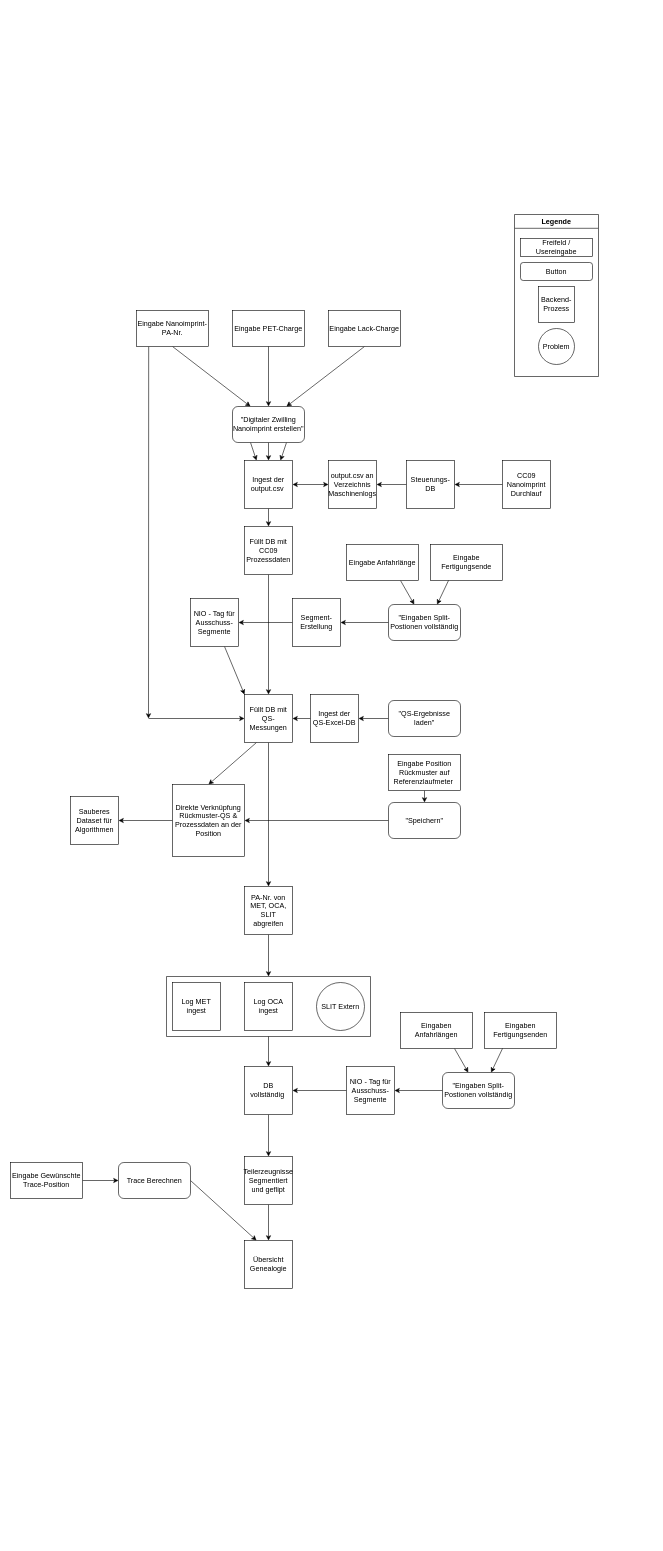
Earlier version of the draw.io diagram Flow-Chart/Flow-Chart-Complete.drawio (gmpoly/FlowchartKomplett). Source tidied: cells renumbered, new cells numbered last; positions are measured from the earlier drawing's top-left corner, leaving out a move shared by most shapes. Both pictures are drawn from the tidied source at 60%, with x=0, y=0 at pixel (10, 214).
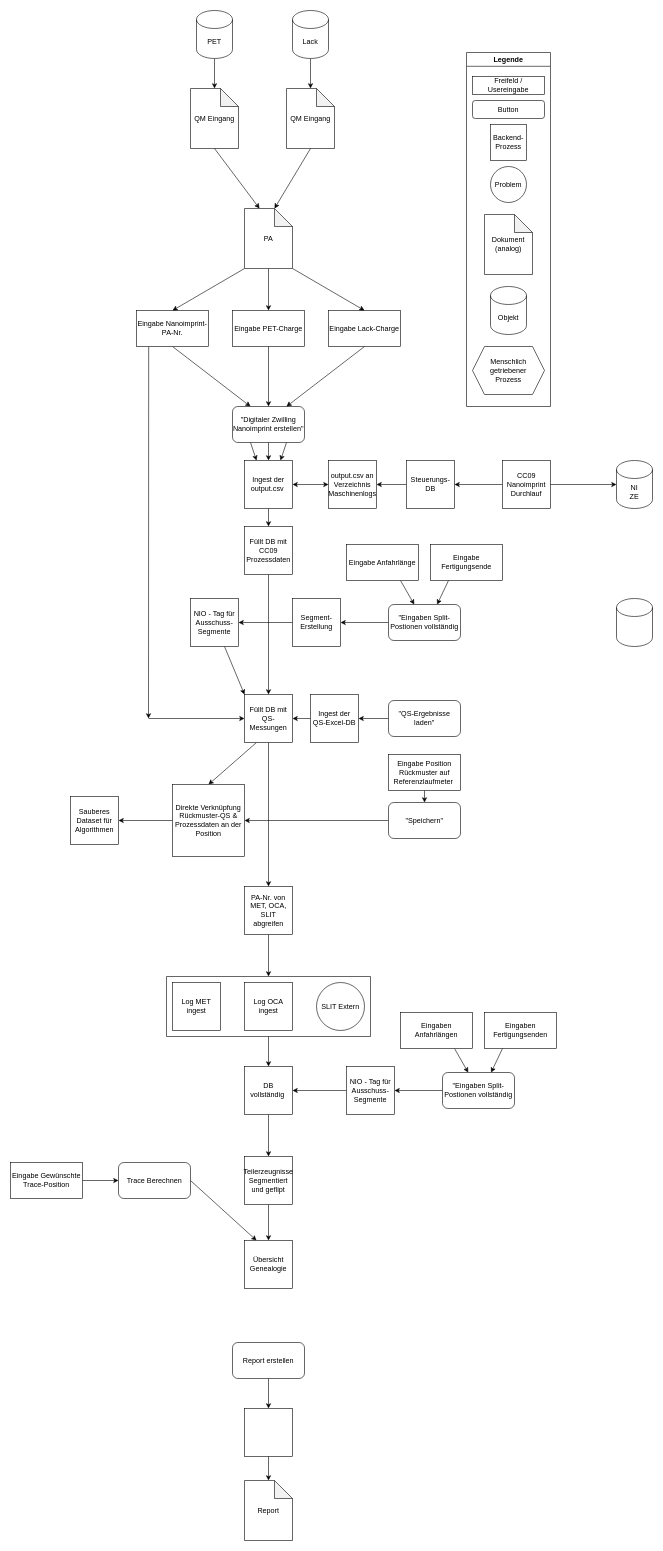
Above is the later version.

Commit message:
Ausbau FC Komplett

Unchanged cells that the change refers to:
```xml
<mxCell id="8" value="Eingabe Nanoimprint-PA-Nr." style="rounded=0;whiteSpace=wrap;html=1;" parent="1" vertex="1">
  <mxGeometry x="210" y="160" width="120" height="60" as="geometry" />
</mxCell>
<mxCell id="9" value="Eingabe PET-Charge" style="rounded=0;whiteSpace=wrap;html=1;" parent="1" vertex="1">
  <mxGeometry x="370" y="160" width="120" height="60" as="geometry" />
</mxCell>
<mxCell id="11" value="Eingabe Lack-Charge" style="rounded=0;whiteSpace=wrap;html=1;" parent="1" vertex="1">
  <mxGeometry x="530" y="160" width="120" height="60" as="geometry" />
</mxCell>
<mxCell id="48" value="CC09 Nanoimprint Durchlauf" style="whiteSpace=wrap;html=1;" parent="1" vertex="1">
  <mxGeometry x="820" y="410" width="80" height="80" as="geometry" />
</mxCell>
```

What changed in the source:
```diff
@@
-    <mxCell id="13" value="Freifeld / Usereingabe" style="rounded=0;whiteSpace=wrap;html=1;" parent="1" vertex="1">
-      <mxGeometry x="850" y="40" width="120" height="30" as="geometry" />
-    </mxCell>
-    <mxCell id="14" value="Button" style="rounded=1;whiteSpace=wrap;html=1;" parent="1" vertex="1">
-      <mxGeometry x="850" y="80" width="120" height="30" as="geometry" />
-    </mxCell>
-    <mxCell id="15" value="Backend-Prozess" style="whiteSpace=wrap;html=1;" parent="1" vertex="1">
-      <mxGeometry x="880" y="120" width="60" height="60" as="geometry" />
-    </mxCell>
@@
-    <mxCell id="56" value="Problem" style="ellipse;whiteSpace=wrap;html=1;" parent="1" vertex="1">
-      <mxGeometry x="880" y="190" width="60" height="60" as="geometry" />
-    </mxCell>
-    <mxCell id="57" value="Legende" style="swimlane;whiteSpace=wrap;html=1;" parent="1" vertex="1">
-      <mxGeometry x="840" width="140" height="270" as="geometry" />
-    </mxCell>
@@
+    <mxCell id="13" value="Freifeld / Usereingabe" style="rounded=0;whiteSpace=wrap;html=1;" parent="1" vertex="1">
+      <mxGeometry x="770" y="-230" width="120" height="30" as="geometry" />
+    </mxCell>
+    <mxCell id="14" value="Button" style="rounded=1;whiteSpace=wrap;html=1;" parent="1" vertex="1">
+      <mxGeometry x="770" y="-190" width="120" height="30" as="geometry" />
+    </mxCell>
+    <mxCell id="15" value="Backend-Prozess" style="whiteSpace=wrap;html=1;" parent="1" vertex="1">
+      <mxGeometry x="800" y="-150" width="60" height="60" as="geometry" />
+    </mxCell>
+    <mxCell id="56" value="Problem" style="ellipse;whiteSpace=wrap;html=1;" parent="1" vertex="1">
+      <mxGeometry x="800" y="-80" width="60" height="60" as="geometry" />
+    </mxCell>
+    <mxCell id="57" value="Legende" style="swimlane;whiteSpace=wrap;html=1;" parent="1" vertex="1">
+      <mxGeometry x="760" y="-270" width="140" height="590" as="geometry" />
+    </mxCell>
+    <mxCell id="77" value="Dokument (analog)" style="shape=note;whiteSpace=wrap;html=1;backgroundOutline=1;darkOpacity=0.05;" parent="57" vertex="1">
+      <mxGeometry x="30" y="270" width="80" height="100" as="geometry" />
+    </mxCell>
+    <mxCell id="78" value="Objekt" style="shape=cylinder3;whiteSpace=wrap;html=1;boundedLbl=1;backgroundOutline=1;size=15;" parent="57" vertex="1">
+      <mxGeometry x="40" y="390" width="60" height="80" as="geometry" />
+    </mxCell>
+    <mxCell id="79" value="Menschlich getriebener &lt;br&gt;Prozess" style="shape=hexagon;perimeter=hexagonPerimeter2;whiteSpace=wrap;html=1;fixedSize=1;" parent="57" vertex="1">
+      <mxGeometry x="10" y="490" width="120" height="80" as="geometry" />
+    </mxCell>
+    <mxCell id="80" style="edgeStyle=none;html=1;exitX=0.5;exitY=1;exitDx=0;exitDy=0;exitPerimeter=0;" parent="1" edge="1" source="81" target="84">
+      <mxGeometry relative="1" as="geometry" />
+    </mxCell>
+    <mxCell id="81" value="PET" style="shape=cylinder3;whiteSpace=wrap;html=1;boundedLbl=1;backgroundOutline=1;size=15;" parent="1" vertex="1">
+      <mxGeometry x="310" y="-340" width="60" height="80" as="geometry" />
+    </mxCell>
+    <mxCell id="82" style="edgeStyle=none;html=1;exitX=0.5;exitY=1;exitDx=0;exitDy=0;exitPerimeter=0;" parent="1" edge="1" source="83" target="85">
+      <mxGeometry relative="1" as="geometry" />
+    </mxCell>
+    <mxCell id="83" value="Lack" style="shape=cylinder3;whiteSpace=wrap;html=1;boundedLbl=1;backgroundOutline=1;size=15;" parent="1" vertex="1">
+      <mxGeometry x="470" y="-340" width="60" height="80" as="geometry" />
+    </mxCell>
+    <mxCell id="84" value="QM Eingang" style="shape=note;whiteSpace=wrap;html=1;backgroundOutline=1;darkOpacity=0.05;" parent="1" vertex="1">
+      <mxGeometry x="300" y="-210" width="80" height="100" as="geometry" />
+    </mxCell>
+    <mxCell id="85" value="QM Eingang" style="shape=note;whiteSpace=wrap;html=1;backgroundOutline=1;darkOpacity=0.05;" parent="1" vertex="1">
+      <mxGeometry x="460" y="-210" width="80" height="100" as="geometry" />
+    </mxCell>
+    <mxCell id="86" style="edgeStyle=none;html=1;exitX=0.5;exitY=1;exitDx=0;exitDy=0;" parent="1" edge="1" source="87" target="89">
+      <mxGeometry relative="1" as="geometry" />
+    </mxCell>
+    <mxCell id="87" value="Report erstellen" style="rounded=1;whiteSpace=wrap;html=1;" parent="1" vertex="1">
+      <mxGeometry x="370" y="1880" width="120" height="60" as="geometry" />
+    </mxCell>
+    <mxCell id="88" value="Report" style="shape=note;whiteSpace=wrap;html=1;backgroundOutline=1;darkOpacity=0.05;" parent="1" vertex="1">
+      <mxGeometry x="390" y="2110" width="80" height="100" as="geometry" />
+    </mxCell>
+    <mxCell id="89" style="whiteSpace=wrap;html=1;" parent="1" vertex="1">
+      <mxGeometry x="390" y="1990" width="80" height="80" as="geometry" />
+    </mxCell>
+    <mxCell id="90" style="edgeStyle=none;html=1;exitX=0.5;exitY=1;exitDx=0;exitDy=0;entryX=0.5;entryY=0;entryDx=0;entryDy=0;entryPerimeter=0;" parent="1" edge="1" source="89" target="88">
+      <mxGeometry relative="1" as="geometry" />
+    </mxCell>
+    <mxCell id="91" style="edgeStyle=none;html=1;exitX=0.5;exitY=1;exitDx=0;exitDy=0;exitPerimeter=0;" parent="1" edge="1" source="94" target="9">
+      <mxGeometry relative="1" as="geometry" />
+    </mxCell>
+    <mxCell id="92" style="edgeStyle=none;html=1;exitX=0;exitY=1;exitDx=0;exitDy=0;exitPerimeter=0;entryX=0.5;entryY=0;entryDx=0;entryDy=0;" parent="1" edge="1" source="94" target="8">
+      <mxGeometry relative="1" as="geometry" />
+    </mxCell>
+    <mxCell id="93" style="edgeStyle=none;html=1;exitX=1;exitY=1;exitDx=0;exitDy=0;exitPerimeter=0;entryX=0.5;entryY=0;entryDx=0;entryDy=0;" parent="1" edge="1" source="94" target="11">
+      <mxGeometry relative="1" as="geometry" />
+    </mxCell>
+    <mxCell id="94" value="PA" style="shape=note;whiteSpace=wrap;html=1;backgroundOutline=1;darkOpacity=0.05;" parent="1" vertex="1">
+      <mxGeometry x="390" y="-10" width="80" height="100" as="geometry" />
+    </mxCell>
+    <mxCell id="95" style="edgeStyle=none;html=1;exitX=0.5;exitY=1;exitDx=0;exitDy=0;exitPerimeter=0;entryX=0;entryY=0;entryDx=25;entryDy=0;entryPerimeter=0;" parent="1" edge="1" source="84" target="94">
+      <mxGeometry relative="1" as="geometry" />
+    </mxCell>
+    <mxCell id="96" style="edgeStyle=none;html=1;exitX=0.5;exitY=1;exitDx=0;exitDy=0;exitPerimeter=0;entryX=0;entryY=0;entryDx=50;entryDy=0;entryPerimeter=0;" parent="1" edge="1" source="85" target="94">
+      <mxGeometry relative="1" as="geometry" />
+    </mxCell>
+    <mxCell id="97" value="NI&lt;br&gt;ZE" style="shape=cylinder3;whiteSpace=wrap;html=1;boundedLbl=1;backgroundOutline=1;size=15;" parent="1" vertex="1">
+      <mxGeometry x="1010" y="410" width="60" height="80" as="geometry" />
+    </mxCell>
+    <mxCell id="98" style="edgeStyle=none;html=1;entryX=0;entryY=0.5;entryDx=0;entryDy=0;entryPerimeter=0;" parent="1" edge="1" source="48" target="97">
+      <mxGeometry relative="1" as="geometry" />
+    </mxCell>
+    <mxCell id="99" style="shape=cylinder3;whiteSpace=wrap;html=1;boundedLbl=1;backgroundOutline=1;size=15;" parent="1" vertex="1">
+      <mxGeometry x="1010" y="640" width="60" height="80" as="geometry" />
+    </mxCell>
```
